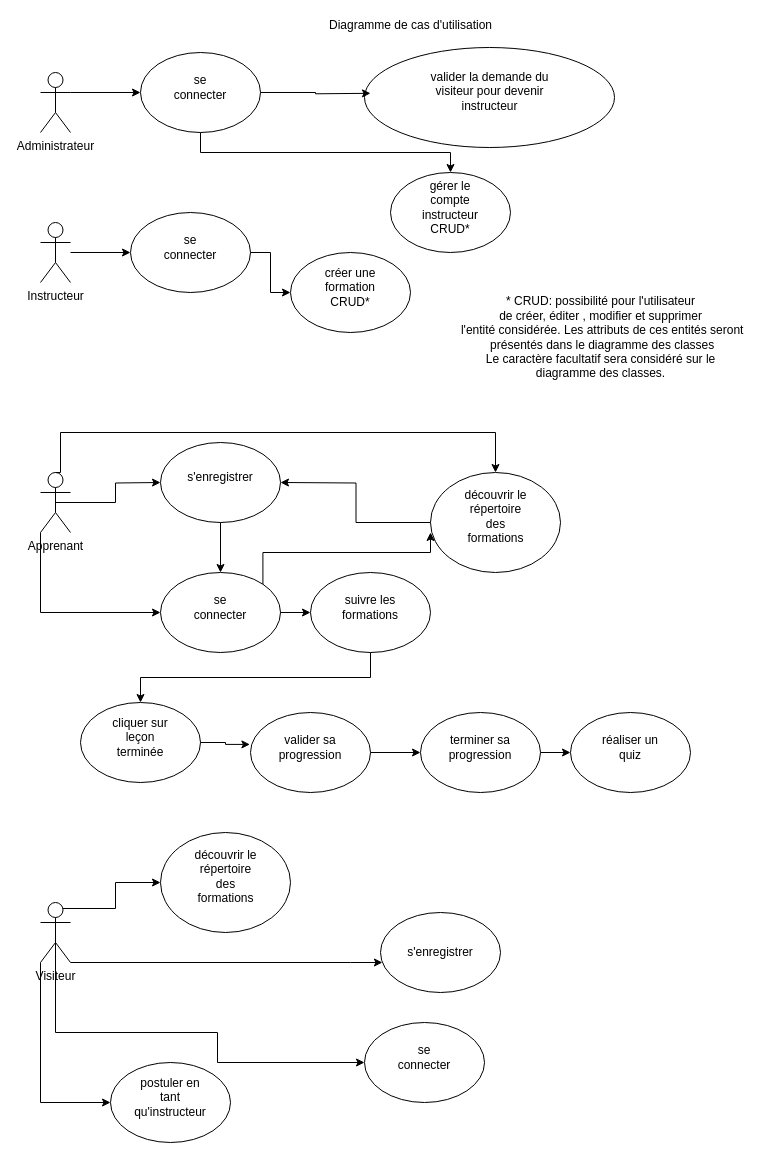
The draw.io diagram vermessung_raumen/Feature-diagramm.drawio in cyrisa02/diagrammes-UML, before the edit. Source tidied: cells renumbered, new cells numbered last; positions are measured from the earlier drawing's top-left corner, leaving out a move shared by most shapes. Both pictures are drawn from the tidied source at 100%, with x=0, y=0 at pixel (40, 17).
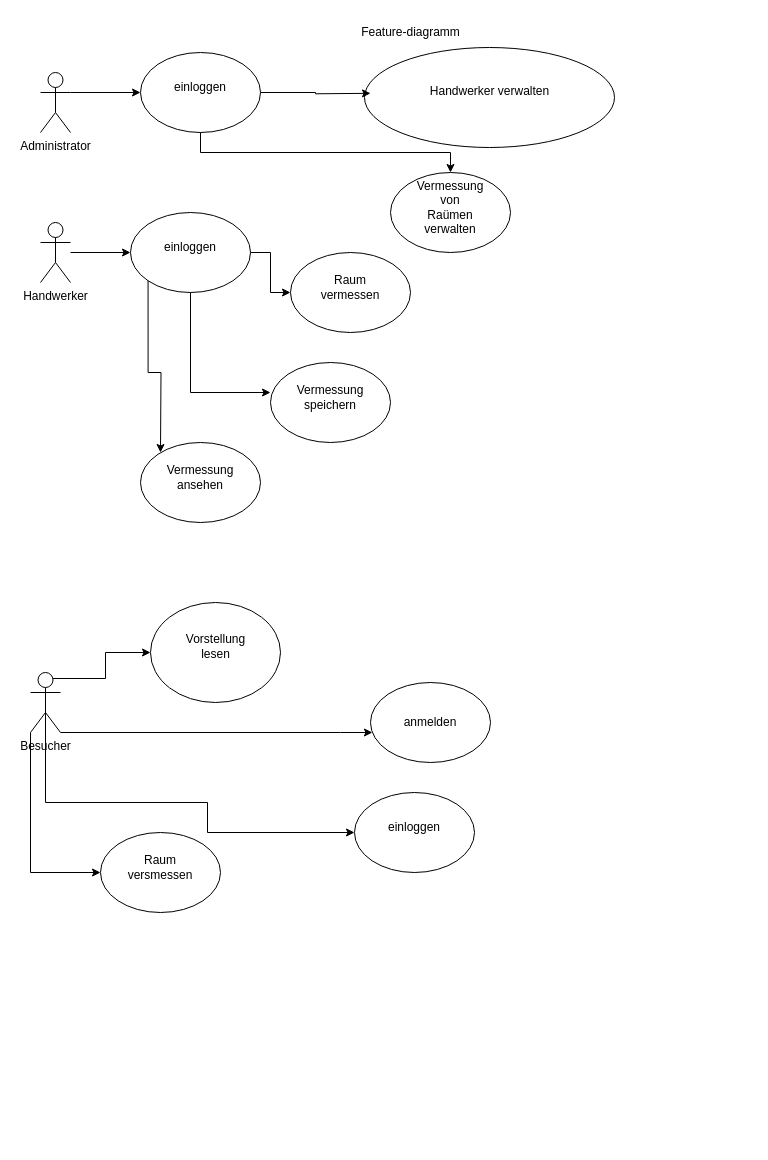
After the change.

Commit message:
Mettre à jour Feature-diagramm.drawio

The change refers to these unchanged cells:
```xml
<mxCell id="3" style="group;" parent="1" vertex="1">
  <mxGeometry x="90" y="195" width="120" height="80" as="geometry" />
</mxCell>
<mxCell id="4" style="ellipse;whiteSpace=wrap;html=1;" parent="3" vertex="1">
  <mxGeometry width="120" height="80" as="geometry" />
</mxCell>
<mxCell id="18" style="group;" parent="1" vertex="1">
  <mxGeometry x="100" y="35" width="120" height="80" as="geometry" />
</mxCell>
<mxCell id="24" style="group;" parent="1" vertex="1">
  <mxGeometry x="350" y="155" width="120" height="80" as="geometry" />
</mxCell>
<mxCell id="27" style="group;" parent="1" vertex="1">
  <mxGeometry x="324" y="30" width="250" height="100" as="geometry" />
</mxCell>
<mxCell id="32" style="group;" parent="1" vertex="1">
  <mxGeometry x="250" y="235" width="120" height="80" as="geometry" />
</mxCell>
<mxCell id="68" style="ellipse;whiteSpace=wrap;html=1;" parent="67" vertex="1">
  <mxGeometry width="120" height="80" as="geometry" />
</mxCell>
<mxCell id="71" style="ellipse;whiteSpace=wrap;html=1;" parent="70" vertex="1">
  <mxGeometry width="120" height="80" as="geometry" />
</mxCell>
```

Diff of the diagram source:
```diff
@@
-    <mxCell id="2" value="&lt;div&gt;Diagramme de cas d'utilisation&lt;/div&gt;&lt;div&gt;&lt;br&gt;&lt;/div&gt;" style="text;html=1;align=center;verticalAlign=middle;fillColor=none;strokeColor=none;rounded=0;" parent="1" vertex="1">
-      <mxGeometry x="280" width="180" height="30" as="geometry" />
+    <mxCell id="2" value="Feature-diagramm" style="text;html=1;align=center;verticalAlign=middle;fillColor=none;strokeColor=none;rounded=0;" parent="1" vertex="1">
+      <mxGeometry x="310" width="120" height="30" as="geometry" />
     </mxCell>
@@
-    <mxCell id="5" value="se connecter" style="text;html=1;strokeColor=none;fillColor=none;align=center;verticalAlign=middle;whiteSpace=wrap;rounded=0;" parent="3" vertex="1">
+    <mxCell id="5" value="einloggen" style="text;html=1;strokeColor=none;fillColor=none;align=center;verticalAlign=middle;whiteSpace=wrap;rounded=0;" parent="3" vertex="1">
       <mxGeometry x="30" y="20" width="60" height="30" as="geometry" />
     </mxCell>
     <mxCell id="6" style="edgeStyle=orthogonalEdgeStyle;rounded=0;jettySize=auto;html=1;exitX=0;exitY=1;exitDx=0;exitDy=0;exitPerimeter=0;" parent="1" edge="1" source="10" target="71">
       <mxGeometry relative="1" as="geometry">
         <Array as="points">
-          <mxPoint y="1085" />
+          <mxPoint x="-10" y="855" />
         </Array>
       </mxGeometry>
     </mxCell>
@@
     <mxCell id="8" style="edgeStyle=orthogonalEdgeStyle;rounded=0;jettySize=auto;html=1;exitX=0.5;exitY=0.5;exitDx=0;exitDy=0;exitPerimeter=0;entryX=0;entryY=0.5;entryDx=0;entryDy=0;" parent="1" edge="1" source="10" target="68">
       <mxGeometry relative="1" as="geometry">
         <Array as="points">
-          <mxPoint x="15" y="1015" />
-          <mxPoint x="177" y="1015" />
-          <mxPoint x="177" y="1045" />
+          <mxPoint x="5" y="785" />
+          <mxPoint x="167" y="785" />
+          <mxPoint x="167" y="815" />
         </Array>
       </mxGeometry>
     </mxCell>
     <mxCell id="9" style="edgeStyle=orthogonalEdgeStyle;rounded=0;jettySize=auto;html=1;" parent="1" edge="1" source="10" target="75">
       <mxGeometry relative="1" as="geometry">
         <Array as="points">
-          <mxPoint x="310" y="945" />
-          <mxPoint x="310" y="945" />
+          <mxPoint x="300" y="715" />
+          <mxPoint x="300" y="715" />
         </Array>
       </mxGeometry>
     </mxCell>
-    <mxCell id="10" value="Visiteur" style="shape=umlActor;verticalLabelPosition=bottom;verticalAlign=top;html=1;outlineConnect=0;" parent="1" vertex="1">
-      <mxGeometry y="885" width="30" height="60" as="geometry" />
+    <mxCell id="10" value="Besucher" style="shape=umlActor;verticalLabelPosition=bottom;verticalAlign=top;html=1;outlineConnect=0;" parent="1" vertex="1">
+      <mxGeometry x="-10" y="655" width="30" height="60" as="geometry" />
     </mxCell>
@@
-    <mxCell id="12" value="Instructeur" style="shape=umlActor;verticalLabelPosition=bottom;verticalAlign=top;html=1;outlineConnect=0;" parent="1" vertex="1">
+    <mxCell id="12" value="Handwerker" style="shape=umlActor;verticalLabelPosition=bottom;verticalAlign=top;html=1;outlineConnect=0;" parent="1" vertex="1">
       <mxGeometry y="205" width="30" height="60" as="geometry" />
     </mxCell>
@@
-    <mxCell id="14" value="Administrateur" style="shape=umlActor;verticalLabelPosition=bottom;verticalAlign=top;html=1;outlineConnect=0;" parent="1" vertex="1">
+    <mxCell id="14" value="Administrator" style="shape=umlActor;verticalLabelPosition=bottom;verticalAlign=top;html=1;outlineConnect=0;" parent="1" vertex="1">
       <mxGeometry y="55" width="30" height="60" as="geometry" />
     </mxCell>
-    <mxCell id="15" style="edgeStyle=orthogonalEdgeStyle;rounded=0;jettySize=auto;html=1;exitX=0.5;exitY=0.5;exitDx=0;exitDy=0;exitPerimeter=0;" parent="1" edge="1" source="17">
-      <mxGeometry relative="1" as="geometry">
-        <mxPoint x="120" y="465" as="targetPoint" />
-      </mxGeometry>
-    </mxCell>
-    <mxCell id="16" style="edgeStyle=orthogonalEdgeStyle;rounded=0;jettySize=auto;html=1;exitX=0;exitY=1;exitDx=0;exitDy=0;exitPerimeter=0;entryX=0;entryY=0.5;entryDx=0;entryDy=0;" parent="1" edge="1" source="17" target="36">
-      <mxGeometry relative="1" as="geometry" />
-    </mxCell>
-    <mxCell id="17" value="Apprenant " style="shape=umlActor;verticalLabelPosition=bottom;verticalAlign=top;html=1;outlineConnect=0;" parent="1" vertex="1">
-      <mxGeometry y="455" width="30" height="60" as="geometry" />
-    </mxCell>
@@
-    <mxCell id="20" value="se connecter" style="text;html=1;strokeColor=none;fillColor=none;align=center;verticalAlign=middle;whiteSpace=wrap;rounded=0;" parent="18" vertex="1">
+    <mxCell id="20" value="einloggen" style="text;html=1;strokeColor=none;fillColor=none;align=center;verticalAlign=middle;whiteSpace=wrap;rounded=0;" parent="18" vertex="1">
       <mxGeometry x="30" y="20" width="60" height="30" as="geometry" />
     </mxCell>
-    <mxCell id="21" style="group;" parent="1" vertex="1">
-      <mxGeometry x="120" y="425" width="120" height="80" as="geometry" />
-    </mxCell>
-    <mxCell id="22" style="ellipse;whiteSpace=wrap;html=1;" parent="21" vertex="1">
-      <mxGeometry width="120" height="80" as="geometry" />
-    </mxCell>
-    <mxCell id="23" value="s'enregistrer" style="text;html=1;strokeColor=none;fillColor=none;align=center;verticalAlign=middle;whiteSpace=wrap;rounded=0;" parent="21" vertex="1">
-      <mxGeometry x="30" y="20" width="60" height="30" as="geometry" />
-    </mxCell>
@@
-    <mxCell id="26" value="gérer le compte instructeur CRUD*" style="text;html=1;strokeColor=none;fillColor=none;align=center;verticalAlign=middle;whiteSpace=wrap;rounded=0;" parent="24" vertex="1">
+    <mxCell id="26" value="Vermessung von Raümen verwalten" style="text;html=1;strokeColor=none;fillColor=none;align=center;verticalAlign=middle;whiteSpace=wrap;rounded=0;" parent="24" vertex="1">
       <mxGeometry x="30" y="20" width="60" height="30" as="geometry" />
     </mxCell>
@@
-    <mxCell id="29" value="valider la demande du visiteur pour devenir instructeur" style="text;html=1;strokeColor=none;fillColor=none;align=center;verticalAlign=middle;whiteSpace=wrap;rounded=0;" parent="27" vertex="1">
+    <mxCell id="29" value="Handwerker verwalten" style="text;html=1;strokeColor=none;fillColor=none;align=center;verticalAlign=middle;whiteSpace=wrap;rounded=0;" parent="27" vertex="1">
       <mxGeometry x="62.5" y="25" width="125" height="37.5" as="geometry" />
     </mxCell>
@@
-    <mxCell id="34" value="créer une formation CRUD*" style="text;html=1;strokeColor=none;fillColor=none;align=center;verticalAlign=middle;whiteSpace=wrap;rounded=0;" parent="32" vertex="1">
+    <mxCell id="34" value="Raum vermessen" style="text;html=1;strokeColor=none;fillColor=none;align=center;verticalAlign=middle;whiteSpace=wrap;rounded=0;" parent="32" vertex="1">
       <mxGeometry x="30" y="20" width="60" height="30" as="geometry" />
     </mxCell>
-    <mxCell id="35" style="group;" parent="1" vertex="1">
-      <mxGeometry x="120" y="555" width="120" height="80" as="geometry" />
-    </mxCell>
-    <mxCell id="36" style="ellipse;whiteSpace=wrap;html=1;" parent="35" vertex="1">
-      <mxGeometry width="120" height="80" as="geometry" />
-    </mxCell>
-    <mxCell id="37" value="se connecter" style="text;html=1;strokeColor=none;fillColor=none;align=center;verticalAlign=middle;whiteSpace=wrap;rounded=0;" parent="35" vertex="1">
-      <mxGeometry x="30" y="20" width="60" height="30" as="geometry" />
-    </mxCell>
-    <mxCell id="38" style="edgeStyle=orthogonalEdgeStyle;rounded=0;jettySize=auto;html=1;exitX=0.5;exitY=1;exitDx=0;exitDy=0;entryX=0.5;entryY=0;entryDx=0;entryDy=0;" parent="1" edge="1" source="22" target="36">
-      <mxGeometry relative="1" as="geometry" />
-    </mxCell>
-    <mxCell id="39" style="group;" parent="1" vertex="1">
-      <mxGeometry x="270" y="555" width="120" height="80" as="geometry" />
-    </mxCell>
-    <mxCell id="40" style="ellipse;whiteSpace=wrap;html=1;" parent="39" vertex="1">
-      <mxGeometry width="120" height="80" as="geometry" />
-    </mxCell>
-    <mxCell id="41" value="suivre les formations" style="text;html=1;strokeColor=none;fillColor=none;align=center;verticalAlign=middle;whiteSpace=wrap;rounded=0;" parent="39" vertex="1">
-      <mxGeometry x="30" y="20" width="60" height="30" as="geometry" />
-    </mxCell>
-    <mxCell id="42" style="edgeStyle=orthogonalEdgeStyle;rounded=0;jettySize=auto;html=1;exitX=1;exitY=0.5;exitDx=0;exitDy=0;" parent="1" edge="1" source="36" target="40">
-      <mxGeometry relative="1" as="geometry" />
-    </mxCell>
-    <mxCell id="43" style="group;" parent="1" vertex="1">
-      <mxGeometry x="40" y="685" width="120" height="80" as="geometry" />
-    </mxCell>
-    <mxCell id="44" style="ellipse;whiteSpace=wrap;html=1;" parent="43" vertex="1">
-      <mxGeometry width="120" height="80" as="geometry" />
-    </mxCell>
-    <mxCell id="45" value="cliquer sur leçon terminée" style="text;html=1;strokeColor=none;fillColor=none;align=center;verticalAlign=middle;whiteSpace=wrap;rounded=0;" parent="43" vertex="1">
-      <mxGeometry x="30" y="20" width="60" height="30" as="geometry" />
-    </mxCell>
-    <mxCell id="46" style="edgeStyle=orthogonalEdgeStyle;rounded=0;jettySize=auto;html=1;exitX=0.5;exitY=1;exitDx=0;exitDy=0;entryX=0.5;entryY=0;entryDx=0;entryDy=0;" parent="1" edge="1" source="40" target="44">
-      <mxGeometry relative="1" as="geometry" />
-    </mxCell>
-    <mxCell id="47" style="group;" parent="1" vertex="1">
-      <mxGeometry x="210" y="695" width="120" height="80" as="geometry" />
-    </mxCell>
-    <mxCell id="48" style="ellipse;whiteSpace=wrap;html=1;" parent="47" vertex="1">
-      <mxGeometry width="120" height="80" as="geometry" />
-    </mxCell>
-    <mxCell id="49" value="valider sa progression" style="text;html=1;strokeColor=none;fillColor=none;align=center;verticalAlign=middle;whiteSpace=wrap;rounded=0;" parent="47" vertex="1">
-      <mxGeometry x="30" y="20" width="60" height="30" as="geometry" />
-    </mxCell>
-    <mxCell id="50" style="edgeStyle=orthogonalEdgeStyle;rounded=0;jettySize=auto;html=1;exitX=1;exitY=0.5;exitDx=0;exitDy=0;entryX=-0.005;entryY=0.399;entryDx=0;entryDy=0;entryPerimeter=0;" parent="1" edge="1" source="44" target="48">
-      <mxGeometry relative="1" as="geometry" />
-    </mxCell>
-    <mxCell id="51" style="group;" parent="1" vertex="1">
-      <mxGeometry x="380" y="695" width="120" height="80" as="geometry" />
-    </mxCell>
-    <mxCell id="52" style="ellipse;whiteSpace=wrap;html=1;" parent="51" vertex="1">
-      <mxGeometry width="120" height="80" as="geometry" />
-    </mxCell>
-    <mxCell id="53" value="terminer sa progression" style="text;html=1;strokeColor=none;fillColor=none;align=center;verticalAlign=middle;whiteSpace=wrap;rounded=0;" parent="51" vertex="1">
-      <mxGeometry x="30" y="20" width="60" height="30" as="geometry" />
-    </mxCell>
-    <mxCell id="54" style="edgeStyle=orthogonalEdgeStyle;rounded=0;jettySize=auto;html=1;exitX=1;exitY=0.5;exitDx=0;exitDy=0;entryX=0;entryY=0.5;entryDx=0;entryDy=0;" parent="1" edge="1" source="48" target="52">
-      <mxGeometry relative="1" as="geometry" />
-    </mxCell>
-    <mxCell id="55" style="group;" parent="1" vertex="1">
-      <mxGeometry x="390" y="455" width="130" height="100" as="geometry" />
-    </mxCell>
-    <mxCell id="56" style="ellipse;whiteSpace=wrap;html=1;" parent="55" vertex="1">
-      <mxGeometry width="130" height="100" as="geometry" />
-    </mxCell>
-    <mxCell id="57" value="découvrir le répertoire des formations" style="text;html=1;strokeColor=none;fillColor=none;align=center;verticalAlign=middle;whiteSpace=wrap;rounded=0;" parent="55" vertex="1">
-      <mxGeometry x="32.5" y="25" width="65" height="37.5" as="geometry" />
-    </mxCell>
-    <mxCell id="58" style="edgeStyle=orthogonalEdgeStyle;rounded=0;jettySize=auto;html=1;entryX=0.5;entryY=0;entryDx=0;entryDy=0;exitX=0.5;exitY=0;exitDx=0;exitDy=0;exitPerimeter=0;" parent="1" edge="1" source="17" target="56">
-      <mxGeometry relative="1" as="geometry">
-        <Array as="points">
-          <mxPoint x="20" y="455" />
-          <mxPoint x="20" y="415" />
-          <mxPoint x="455" y="415" />
-        </Array>
-      </mxGeometry>
-    </mxCell>
-    <mxCell id="59" style="edgeStyle=orthogonalEdgeStyle;rounded=0;jettySize=auto;html=1;exitX=0;exitY=0.5;exitDx=0;exitDy=0;" parent="1" edge="1" source="56">
-      <mxGeometry relative="1" as="geometry">
-        <mxPoint x="240" y="465" as="targetPoint" />
-      </mxGeometry>
-    </mxCell>
-    <mxCell id="60" style="group;" parent="1" vertex="1">
-      <mxGeometry x="530" y="695" width="120" height="80" as="geometry" />
-    </mxCell>
-    <mxCell id="61" style="ellipse;whiteSpace=wrap;html=1;" parent="60" vertex="1">
-      <mxGeometry width="120" height="80" as="geometry" />
-    </mxCell>
-    <mxCell id="62" value="réaliser un quiz" style="text;html=1;strokeColor=none;fillColor=none;align=center;verticalAlign=middle;whiteSpace=wrap;rounded=0;" parent="60" vertex="1">
-      <mxGeometry x="30" y="20" width="60" height="30" as="geometry" />
-    </mxCell>
-    <mxCell id="63" style="edgeStyle=orthogonalEdgeStyle;rounded=0;jettySize=auto;html=1;exitX=1;exitY=0.5;exitDx=0;exitDy=0;" parent="1" edge="1" source="52">
-      <mxGeometry relative="1" as="geometry">
-        <mxPoint x="530" y="735.3" as="targetPoint" />
-      </mxGeometry>
-    </mxCell>
     <mxCell id="64" style="group;" parent="1" vertex="1">
-      <mxGeometry x="120" y="815" width="130" height="100" as="geometry" />
+      <mxGeometry x="110" y="585" width="130" height="100" as="geometry" />
     </mxCell>
@@
-    <mxCell id="66" value="découvrir le répertoire des formations" style="text;html=1;strokeColor=none;fillColor=none;align=center;verticalAlign=middle;whiteSpace=wrap;rounded=0;" parent="64" vertex="1">
+    <mxCell id="66" value="Vorstellung lesen" style="text;html=1;strokeColor=none;fillColor=none;align=center;verticalAlign=middle;whiteSpace=wrap;rounded=0;" parent="64" vertex="1">
       <mxGeometry x="32.5" y="25" width="65" height="37.5" as="geometry" />
     </mxCell>
     <mxCell id="67" style="group;" parent="1" vertex="1">
-      <mxGeometry x="324" y="1005" width="120" height="80" as="geometry" />
+      <mxGeometry x="314" y="775" width="120" height="80" as="geometry" />
     </mxCell>
@@
-    <mxCell id="69" value="se connecter" style="text;html=1;strokeColor=none;fillColor=none;align=center;verticalAlign=middle;whiteSpace=wrap;rounded=0;" parent="67" vertex="1">
+    <mxCell id="69" value="einloggen" style="text;html=1;strokeColor=none;fillColor=none;align=center;verticalAlign=middle;whiteSpace=wrap;rounded=0;" parent="67" vertex="1">
       <mxGeometry x="30" y="20" width="60" height="30" as="geometry" />
     </mxCell>
     <mxCell id="70" style="group;" parent="1" vertex="1">
-      <mxGeometry x="70" y="1045" width="120" height="80" as="geometry" />
+      <mxGeometry x="60" y="815" width="120" height="80" as="geometry" />
     </mxCell>
@@
-    <mxCell id="72" value="postuler en tant qu'instructeur" style="text;html=1;strokeColor=none;fillColor=none;align=center;verticalAlign=middle;whiteSpace=wrap;rounded=0;" parent="70" vertex="1">
+    <mxCell id="72" value="Raum versmessen" style="text;html=1;strokeColor=none;fillColor=none;align=center;verticalAlign=middle;whiteSpace=wrap;rounded=0;" parent="70" vertex="1">
       <mxGeometry x="30" y="20" width="60" height="30" as="geometry" />
     </mxCell>
@@
-    <mxCell id="74" style="edgeStyle=orthogonalEdgeStyle;rounded=0;jettySize=auto;html=1;exitX=1;exitY=0;exitDx=0;exitDy=0;entryX=0;entryY=0.6;entryDx=0;entryDy=0;entryPerimeter=0;" parent="1" edge="1" source="36" target="56">
-      <mxGeometry relative="1" as="geometry">
-        <Array as="points">
-          <mxPoint x="222" y="535" />
-          <mxPoint x="390" y="535" />
-        </Array>
-      </mxGeometry>
-    </mxCell>
     <mxCell id="75" style="ellipse;whiteSpace=wrap;html=1;" parent="1" vertex="1">
-      <mxGeometry x="340" y="895" width="120" height="80" as="geometry" />
+      <mxGeometry x="330" y="665" width="120" height="80" as="geometry" />
     </mxCell>
-    <mxCell id="76" value="s'enregistrer" style="text;html=1;strokeColor=none;fillColor=none;align=center;verticalAlign=middle;whiteSpace=wrap;rounded=0;" parent="1" vertex="1">
-      <mxGeometry x="370" y="920" width="60" height="30" as="geometry" />
+    <mxCell id="76" value="anmelden" style="text;html=1;strokeColor=none;fillColor=none;align=center;verticalAlign=middle;whiteSpace=wrap;rounded=0;" parent="1" vertex="1">
+      <mxGeometry x="360" y="690" width="60" height="30" as="geometry" />
     </mxCell>
-    <mxCell id="77" value="&lt;div&gt;* CRUD: possibilité pour l'utilisateur&lt;/div&gt;&lt;div&gt;de créer, éditer , modifier et supprimer&lt;/div&gt;&lt;div&gt;&amp;nbsp;l'entité considérée. Les attributs de ces entités seront&lt;/div&gt;&lt;div&gt;&amp;nbsp;présentés dans le diagramme des classes&lt;br&gt;&lt;/div&gt;&lt;div&gt;Le caractère facultatif sera considéré sur le &lt;br&gt;&lt;/div&gt;&lt;div&gt;diagramme des classes.&lt;/div&gt;" style="text;html=1;align=center;verticalAlign=middle;fillColor=none;strokeColor=none;rounded=0;" parent="1" vertex="1">
-      <mxGeometry x="410" y="275" width="300" height="90" as="geometry" />
-    </mxCell>
+    <mxCell id="78" style="group;" parent="1" vertex="1">
+      <mxGeometry x="230" y="345" width="120" height="80" as="geometry" />
+    </mxCell>
+    <mxCell id="79" style="ellipse;whiteSpace=wrap;html=1;" parent="78" vertex="1">
+      <mxGeometry width="120" height="80" as="geometry" />
+    </mxCell>
+    <mxCell id="80" value="Vermessung speichern" style="text;html=1;strokeColor=none;fillColor=none;align=center;verticalAlign=middle;whiteSpace=wrap;rounded=0;" parent="78" vertex="1">
+      <mxGeometry x="30" y="20" width="60" height="30" as="geometry" />
+    </mxCell>
+    <mxCell id="81" style="edgeStyle=orthogonalEdgeStyle;rounded=0;jettySize=auto;html=1;exitX=0.5;exitY=1;exitDx=0;exitDy=0;entryX=0;entryY=0.375;entryDx=0;entryDy=0;entryPerimeter=0;" parent="1" edge="1" source="4" target="79">
+      <mxGeometry relative="1" as="geometry" />
+    </mxCell>
+    <mxCell id="82" style="group;" parent="1" vertex="1">
+      <mxGeometry x="100" y="425" width="120" height="80" as="geometry" />
+    </mxCell>
+    <mxCell id="83" style="ellipse;whiteSpace=wrap;html=1;" parent="82" vertex="1">
+      <mxGeometry width="120" height="80" as="geometry" />
+    </mxCell>
+    <mxCell id="84" value="Vermessung ansehen" style="text;html=1;strokeColor=none;fillColor=none;align=center;verticalAlign=middle;whiteSpace=wrap;rounded=0;" parent="82" vertex="1">
+      <mxGeometry x="30" y="20" width="60" height="30" as="geometry" />
+    </mxCell>
+    <mxCell id="85" style="edgeStyle=orthogonalEdgeStyle;rounded=0;jettySize=auto;html=1;exitX=0;exitY=1;exitDx=0;exitDy=0;" parent="1" edge="1" source="4">
+      <mxGeometry relative="1" as="geometry">
+        <mxPoint x="120" y="435" as="targetPoint" />
+      </mxGeometry>
+    </mxCell>
```
